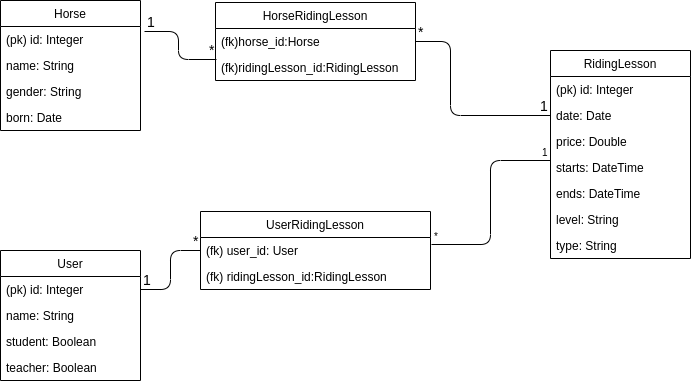
Above: pics/horseApp.png in millakortelainen/horseApp (draw.io), before the change. Source tidied: cells renumbered, new cells last; positions are measured from the earlier drawing's top-left corner, leaving out a move shared by most shapes. The source it was exported from:
```xml
<mxGraphModel>
  <root>
    <mxCell id="0" />
    <mxCell id="1" parent="0" />
    <mxCell id="2" value="Horse" style="swimlane;fontStyle=0;horizontal=1;startSize=26;fillColor=none;" parent="1" vertex="1">
      <mxGeometry width="140" height="130" as="geometry" />
    </mxCell>
    <mxCell id="3" value="(pk) id: Integer" style="text;strokeColor=none;fillColor=none;align=left;verticalAlign=top;spacingLeft=4;spacingRight=4;overflow=hidden;points=[[0,0.5],[1,0.5]];portConstraint=eastwest;" parent="2" vertex="1">
      <mxGeometry y="26" width="140" height="26" as="geometry" />
    </mxCell>
    <mxCell id="4" value="name: String" style="text;strokeColor=none;fillColor=none;align=left;verticalAlign=top;spacingLeft=4;spacingRight=4;overflow=hidden;" parent="2" vertex="1">
      <mxGeometry y="52" width="140" height="26" as="geometry" />
    </mxCell>
    <mxCell id="5" value="gender: String" style="text;strokeColor=none;fillColor=none;align=left;verticalAlign=top;spacingLeft=4;spacingRight=4;overflow=hidden;" parent="2" vertex="1">
      <mxGeometry y="78" width="140" height="26" as="geometry" />
    </mxCell>
    <mxCell id="6" value="born: Date" style="text;strokeColor=none;fillColor=none;align=left;verticalAlign=top;spacingLeft=4;spacingRight=4;overflow=hidden;points=[[0,0.5],[1,0.5]];portConstraint=eastwest;" parent="2" vertex="1">
      <mxGeometry y="104" width="140" height="26" as="geometry" />
    </mxCell>
    <mxCell id="7" value="User" style="swimlane;fontStyle=0;horizontal=1;startSize=26;fillColor=none;" parent="1" vertex="1">
      <mxGeometry y="250" width="140" height="130" as="geometry" />
    </mxCell>
    <mxCell id="8" value="(pk) id: Integer" style="text;strokeColor=none;fillColor=none;align=left;verticalAlign=top;spacingLeft=4;spacingRight=4;overflow=hidden;points=[[0,0.5],[1,0.5]];portConstraint=eastwest;" parent="7" vertex="1">
      <mxGeometry y="26" width="140" height="26" as="geometry" />
    </mxCell>
    <mxCell id="9" value="name: String" style="text;strokeColor=none;fillColor=none;align=left;verticalAlign=top;spacingLeft=4;spacingRight=4;overflow=hidden;" parent="7" vertex="1">
      <mxGeometry y="52" width="140" height="26" as="geometry" />
    </mxCell>
    <mxCell id="10" value="student: Boolean" style="text;strokeColor=none;fillColor=none;align=left;verticalAlign=top;spacingLeft=4;spacingRight=4;overflow=hidden;" parent="7" vertex="1">
      <mxGeometry y="78" width="140" height="26" as="geometry" />
    </mxCell>
    <mxCell id="11" value="teacher: Boolean" style="text;strokeColor=none;fillColor=none;align=left;verticalAlign=top;spacingLeft=4;spacingRight=4;overflow=hidden;" parent="7" vertex="1">
      <mxGeometry y="104" width="140" height="26" as="geometry" />
    </mxCell>
    <mxCell id="12" value="RidingLesson" style="swimlane;fontStyle=0;horizontal=1;startSize=26;fillColor=none;" parent="1" vertex="1">
      <mxGeometry x="550" y="50" width="140" height="208" as="geometry" />
    </mxCell>
    <mxCell id="13" value="(pk) id: Integer" style="text;strokeColor=none;fillColor=none;align=left;verticalAlign=top;spacingLeft=4;spacingRight=4;overflow=hidden;" parent="12" vertex="1">
      <mxGeometry y="26" width="140" height="26" as="geometry" />
    </mxCell>
    <mxCell id="14" value="date: Date" style="text;strokeColor=none;fillColor=none;align=left;verticalAlign=top;spacingLeft=4;spacingRight=4;overflow=hidden;points=[[0,0.5],[1,0.5]];portConstraint=eastwest;" parent="12" vertex="1">
      <mxGeometry y="52" width="140" height="26" as="geometry" />
    </mxCell>
    <mxCell id="15" value="price: Double" style="text;strokeColor=none;fillColor=none;align=left;verticalAlign=top;spacingLeft=4;spacingRight=4;overflow=hidden;" parent="12" vertex="1">
      <mxGeometry y="78" width="140" height="26" as="geometry" />
    </mxCell>
    <mxCell id="16" value="starts: DateTime" style="text;strokeColor=none;fillColor=none;align=left;verticalAlign=top;spacingLeft=4;spacingRight=4;overflow=hidden;points=[[0,0.5],[1,0.5]];portConstraint=eastwest;" parent="12" vertex="1">
      <mxGeometry y="104" width="140" height="26" as="geometry" />
    </mxCell>
    <mxCell id="17" value="ends: DateTime" style="text;strokeColor=none;fillColor=none;align=left;verticalAlign=top;spacingLeft=4;spacingRight=4;overflow=hidden;" parent="12" vertex="1">
      <mxGeometry y="130" width="140" height="26" as="geometry" />
    </mxCell>
    <mxCell id="18" value="level: String" style="text;strokeColor=none;fillColor=none;align=left;verticalAlign=top;spacingLeft=4;spacingRight=4;overflow=hidden;" parent="12" vertex="1">
      <mxGeometry y="156" width="140" height="26" as="geometry" />
    </mxCell>
    <mxCell id="19" value="type: String" style="text;strokeColor=none;fillColor=none;align=left;verticalAlign=top;spacingLeft=4;spacingRight=4;overflow=hidden;" parent="12" vertex="1">
      <mxGeometry y="182" width="140" height="26" as="geometry" />
    </mxCell>
    <mxCell id="20" style="endArrow=none;html=1;edgeStyle=orthogonalEdgeStyle;entryX=0;entryY=0.5;entryDx=0;entryDy=0;exitX=1;exitY=0.5;exitDx=0;exitDy=0;" parent="1" edge="1" source="8" target="27">
      <mxGeometry relative="1" as="geometry" />
    </mxCell>
    <mxCell id="21" value="&lt;font style=&quot;font-size: 14px&quot;&gt;1&lt;/font&gt;" style="html=1;align=left;verticalAlign=bottom;labelBackgroundColor=#ffffff;fontSize=10;" parent="20" vertex="1">
      <mxGeometry x="-1" relative="1" as="geometry" />
    </mxCell>
    <mxCell id="22" value="&lt;font style=&quot;font-size: 14px&quot;&gt;*&lt;/font&gt;" style="html=1;align=right;verticalAlign=bottom;labelBackgroundColor=#ffffff;fontSize=10;" parent="20" vertex="1">
      <mxGeometry x="1" relative="1" as="geometry" />
    </mxCell>
    <mxCell id="23" style="endArrow=none;html=1;edgeStyle=orthogonalEdgeStyle;exitX=1.029;exitY=0.192;exitDx=0;exitDy=0;exitPerimeter=0;entryX=0.005;entryY=0.192;entryDx=0;entryDy=0;entryPerimeter=0;" parent="1" edge="1" source="3" target="31">
      <mxGeometry relative="1" as="geometry" />
    </mxCell>
    <mxCell id="24" value="&lt;font style=&quot;font-size: 14px&quot;&gt;1&lt;/font&gt;" style="html=1;align=left;verticalAlign=bottom;labelBackgroundColor=#ffffff;fontSize=10;" parent="23" vertex="1">
      <mxGeometry x="-1" relative="1" as="geometry" />
    </mxCell>
    <mxCell id="25" value="&lt;font style=&quot;font-size: 14px&quot;&gt;*&lt;/font&gt;" style="html=1;align=right;verticalAlign=bottom;labelBackgroundColor=#ffffff;fontSize=10;" parent="23" vertex="1">
      <mxGeometry x="1" relative="1" as="geometry" />
    </mxCell>
    <mxCell id="26" value="UserRidingLesson" style="swimlane;fontStyle=0;horizontal=1;startSize=26;fillColor=none;" parent="1" vertex="1">
      <mxGeometry x="200" y="211" width="230" height="78" as="geometry" />
    </mxCell>
    <mxCell id="27" value="(fk) user_id: User" style="text;strokeColor=none;fillColor=none;align=left;verticalAlign=top;spacingLeft=4;spacingRight=4;overflow=hidden;points=[[0,0.5],[1,0.5]];portConstraint=eastwest;" parent="26" vertex="1">
      <mxGeometry y="26" width="230" height="26" as="geometry" />
    </mxCell>
    <mxCell id="28" value="(fk) ridingLesson_id:RidingLesson" style="text;strokeColor=none;fillColor=none;align=left;verticalAlign=top;spacingLeft=4;spacingRight=4;overflow=hidden;" parent="26" vertex="1">
      <mxGeometry y="52" width="230" height="26" as="geometry" />
    </mxCell>
    <mxCell id="29" value="HorseRidingLesson" style="swimlane;fontStyle=0;horizontal=1;startSize=26;fillColor=none;" parent="1" vertex="1">
      <mxGeometry x="215" y="2" width="200" height="78" as="geometry" />
    </mxCell>
    <mxCell id="30" value="(fk)horse_id:Horse" style="text;strokeColor=none;fillColor=none;align=left;verticalAlign=top;spacingLeft=4;spacingRight=4;overflow=hidden;" parent="29" vertex="1">
      <mxGeometry y="26" width="200" height="26" as="geometry" />
    </mxCell>
    <mxCell id="31" value="(fk)ridingLesson_id:RidingLesson" style="text;strokeColor=none;fillColor=none;align=left;verticalAlign=top;spacingLeft=4;spacingRight=4;overflow=hidden;points=[[0,0.5],[1,0.5]];portConstraint=eastwest;" parent="29" vertex="1">
      <mxGeometry y="52" width="200" height="26" as="geometry" />
    </mxCell>
    <mxCell id="32" style="endArrow=none;html=1;edgeStyle=orthogonalEdgeStyle;entryX=0;entryY=0.5;entryDx=0;entryDy=0;" parent="1" edge="1" target="14">
      <mxGeometry relative="1" as="geometry">
        <mxPoint x="415" y="40.5" as="sourcePoint" />
        <Array as="points">
          <mxPoint x="450" y="41" />
          <mxPoint x="450" y="115" />
        </Array>
      </mxGeometry>
    </mxCell>
    <mxCell id="33" value="&lt;font style=&quot;font-size: 14px&quot;&gt;*&lt;/font&gt;" style="html=1;align=left;verticalAlign=bottom;labelBackgroundColor=#ffffff;fontSize=10;" parent="32" vertex="1">
      <mxGeometry x="-1" relative="1" as="geometry" />
    </mxCell>
    <mxCell id="34" value="&lt;font style=&quot;font-size: 14px&quot;&gt;1&lt;/font&gt;" style="html=1;align=right;verticalAlign=bottom;labelBackgroundColor=#ffffff;fontSize=10;" parent="32" vertex="1">
      <mxGeometry x="1" relative="1" as="geometry" />
    </mxCell>
    <mxCell id="35" style="endArrow=none;html=1;edgeStyle=orthogonalEdgeStyle;entryX=0;entryY=0.231;entryDx=0;entryDy=0;entryPerimeter=0;exitX=1.004;exitY=0.269;exitDx=0;exitDy=0;exitPerimeter=0;" parent="1" edge="1" source="27" target="16">
      <mxGeometry relative="1" as="geometry" />
    </mxCell>
    <mxCell id="36" value="*" style="html=1;align=left;verticalAlign=bottom;labelBackgroundColor=#ffffff;fontSize=10;" parent="35" vertex="1">
      <mxGeometry x="-1" relative="1" as="geometry" />
    </mxCell>
    <mxCell id="37" value="1" style="html=1;align=right;verticalAlign=bottom;labelBackgroundColor=#ffffff;fontSize=10;" parent="35" vertex="1">
      <mxGeometry x="1" relative="1" as="geometry" />
    </mxCell>
  </root>
</mxGraphModel>
```
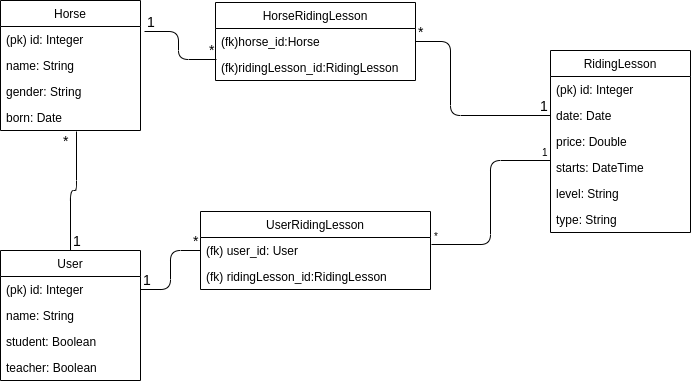
The same file after the commit.

Diff of the diagram source:
```diff
@@ -33,7 +33,7 @@
       <mxGeometry y="104" width="140" height="26" as="geometry" />
     </mxCell>
     <mxCell id="12" value="RidingLesson" style="swimlane;fontStyle=0;horizontal=1;startSize=26;fillColor=none;" parent="1" vertex="1">
-      <mxGeometry x="550" y="50" width="140" height="208" as="geometry" />
+      <mxGeometry x="550" y="50" width="140" height="182" as="geometry" />
     </mxCell>
     <mxCell id="13" value="(pk) id: Integer" style="text;strokeColor=none;fillColor=none;align=left;verticalAlign=top;spacingLeft=4;spacingRight=4;overflow=hidden;" parent="12" vertex="1">
       <mxGeometry y="26" width="140" height="26" as="geometry" />
@@ -47,14 +47,11 @@
     <mxCell id="16" value="starts: DateTime" style="text;strokeColor=none;fillColor=none;align=left;verticalAlign=top;spacingLeft=4;spacingRight=4;overflow=hidden;points=[[0,0.5],[1,0.5]];portConstraint=eastwest;" parent="12" vertex="1">
       <mxGeometry y="104" width="140" height="26" as="geometry" />
     </mxCell>
-    <mxCell id="17" value="ends: DateTime" style="text;strokeColor=none;fillColor=none;align=left;verticalAlign=top;spacingLeft=4;spacingRight=4;overflow=hidden;" parent="12" vertex="1">
-      <mxGeometry y="130" width="140" height="26" as="geometry" />
-    </mxCell>
     <mxCell id="18" value="level: String" style="text;strokeColor=none;fillColor=none;align=left;verticalAlign=top;spacingLeft=4;spacingRight=4;overflow=hidden;" parent="12" vertex="1">
-      <mxGeometry y="156" width="140" height="26" as="geometry" />
+      <mxGeometry y="130" width="140" height="26" as="geometry" />
     </mxCell>
     <mxCell id="19" value="type: String" style="text;strokeColor=none;fillColor=none;align=left;verticalAlign=top;spacingLeft=4;spacingRight=4;overflow=hidden;" parent="12" vertex="1">
-      <mxGeometry y="182" width="140" height="26" as="geometry" />
+      <mxGeometry y="156" width="140" height="26" as="geometry" />
     </mxCell>
     <mxCell id="20" style="endArrow=none;html=1;edgeStyle=orthogonalEdgeStyle;entryX=0;entryY=0.5;entryDx=0;entryDy=0;exitX=1;exitY=0.5;exitDx=0;exitDy=0;" parent="1" edge="1" source="8" target="27">
       <mxGeometry relative="1" as="geometry" />
@@ -116,5 +113,16 @@
     <mxCell id="37" value="1" style="html=1;align=right;verticalAlign=bottom;labelBackgroundColor=#ffffff;fontSize=10;" parent="35" vertex="1">
       <mxGeometry x="1" relative="1" as="geometry" />
     </mxCell>
+    <mxCell id="38" style="endArrow=none;html=1;edgeStyle=orthogonalEdgeStyle;entryX=0.543;entryY=1.038;entryDx=0;entryDy=0;entryPerimeter=0;" parent="1" edge="1" source="7" target="6">
+      <mxGeometry relative="1" as="geometry" />
+    </mxCell>
+    <mxCell id="39" value="&lt;font style=&quot;font-size: 14px&quot;&gt;1&lt;/font&gt;" style="html=1;align=left;verticalAlign=bottom;labelBackgroundColor=#ffffff;fontSize=10;" parent="38" vertex="1">
+      <mxGeometry x="-1" relative="1" as="geometry" />
+    </mxCell>
+    <mxCell id="40" value="&lt;font style=&quot;font-size: 14px&quot;&gt;*&lt;/font&gt;" style="html=1;align=right;verticalAlign=bottom;labelBackgroundColor=#ffffff;fontSize=10;" parent="38" vertex="1">
+      <mxGeometry x="1" relative="1" as="geometry">
+        <mxPoint x="-6" y="19" as="offset" />
+      </mxGeometry>
+    </mxCell>
   </root>
 </mxGraphModel>
```
